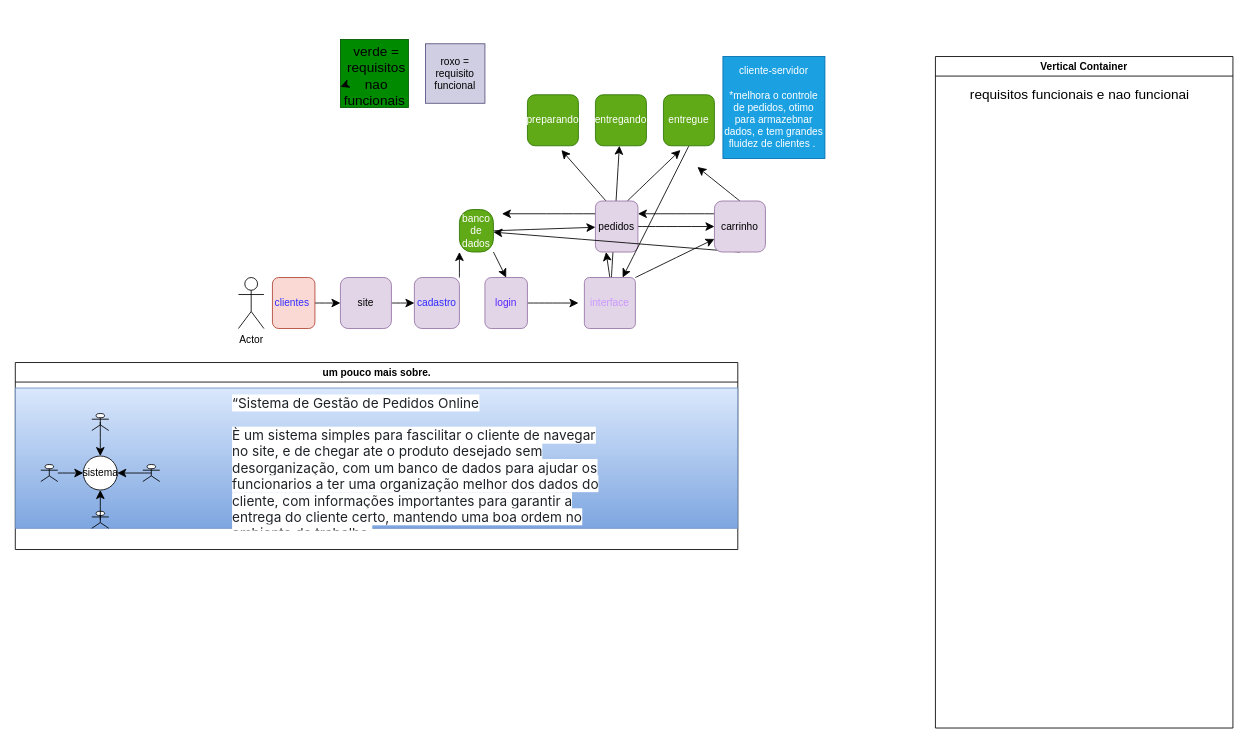
Before: Diagrama sem nome.drawio in stefany-alves/perfumaria, a draw.io diagram. Source tidied: cells renumbered, new cells numbered last; positions are measured from the earlier drawing's top-left corner, leaving out a move shared by most shapes. Both pictures are drawn from the tidied source at 85%, with x=0, y=0 at pixel (15, 22).
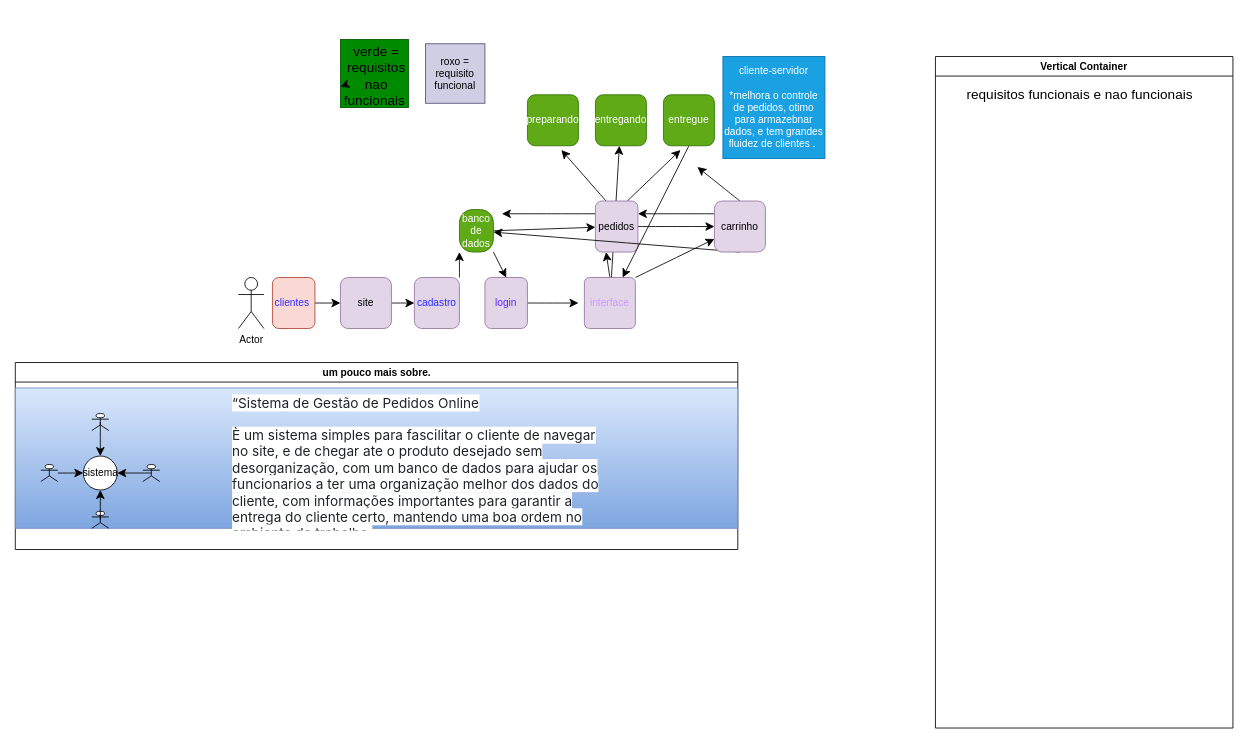
The same page after the edit.

The change refers to these unchanged cells:
```xml
<mxCell id="54" value="Vertical Container" style="swimlane;whiteSpace=wrap;html=1;" parent="1" vertex="1">
  <mxGeometry x="1082" y="40" width="350" height="790" as="geometry" />
</mxCell>
```

Diff of the diagram source:
```diff
@@
-    <mxCell id="55" value="requisitos funcionais e nao funcionai" style="text;html=1;whiteSpace=wrap;strokeColor=none;fillColor=none;align=center;verticalAlign=middle;rounded=0;fontSize=16;" parent="54" vertex="1">
+    <mxCell id="55" value="requisitos funcionais e nao funcionais" style="text;html=1;whiteSpace=wrap;strokeColor=none;fillColor=none;align=center;verticalAlign=middle;rounded=0;fontSize=16;" parent="54" vertex="1">
       <mxGeometry x="10" y="30" width="320" height="30" as="geometry" />
     </mxCell>
```
